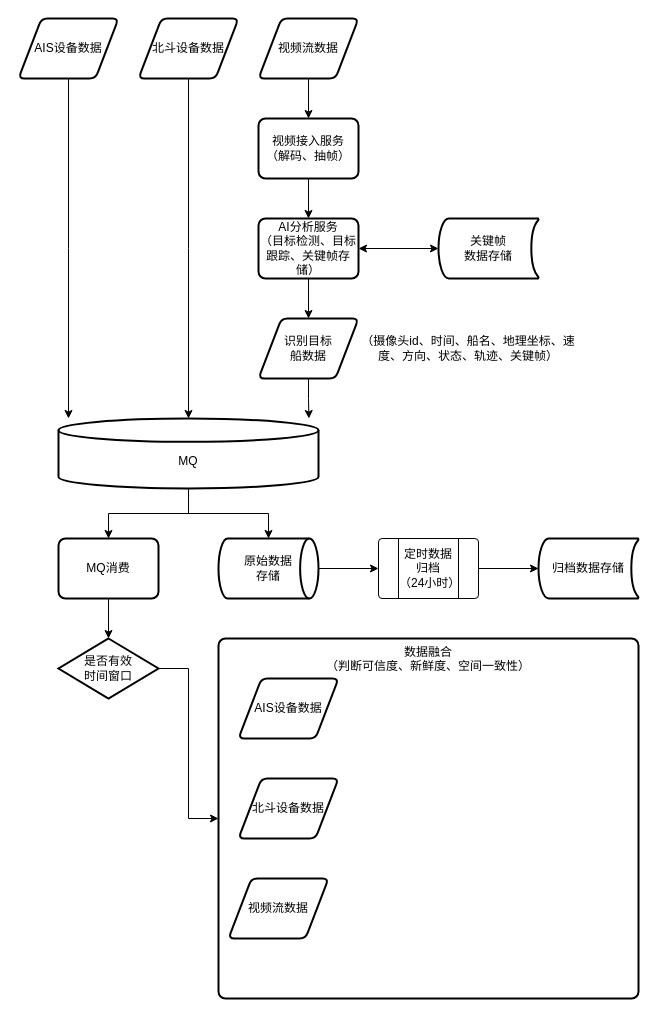
The draw.io diagram ctg/港作船.drawio in Qunz/drawio, before the edit. Source tidied: cells renumbered, new cells numbered last; positions are measured from the earlier drawing's top-left corner, leaving out a move shared by most shapes. Both pictures are drawn from the tidied source at 100%, with x=0, y=0 at pixel (18, 18).
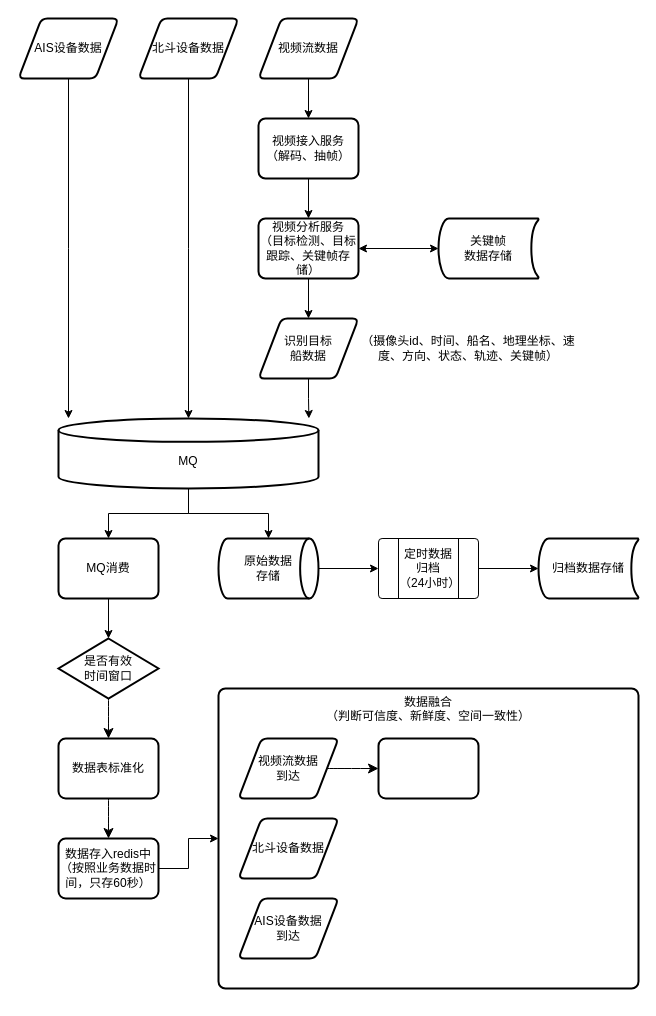
The same diagram, later.

Commit message:
更新港作船.drawio

Unchanged cells that the change refers to:
```xml
<mxCell id="30" value="是否有效&lt;br&gt;时间窗口" style="strokeWidth=2;html=1;shape=mxgraph.flowchart.decision;whiteSpace=wrap;" parent="1" vertex="1">
  <mxGeometry x="40" y="620" width="100" height="60" as="geometry" />
</mxCell>
```

Change to the diagram source:
```diff
@@
-    <mxCell id="15" value="AI分析服务&lt;br&gt;（目标检测、目标跟踪、关键帧存储）" style="rounded=1;whiteSpace=wrap;html=1;absoluteArcSize=1;arcSize=14;strokeWidth=2;" parent="1" vertex="1">
+    <mxCell id="15" value="视频分析服务&lt;br&gt;（目标检测、目标跟踪、关键帧存储）" style="rounded=1;whiteSpace=wrap;html=1;absoluteArcSize=1;arcSize=14;strokeWidth=2;" parent="1" vertex="1">
       <mxGeometry x="240" y="200" width="100" height="60" as="geometry" />
     </mxCell>
@@
-    <mxCell id="29" style="edgeStyle=orthogonalEdgeStyle;rounded=0;jettySize=auto;html=1;" parent="1" edge="1" source="30" target="31">
+    <mxCell id="29" style="edgeStyle=orthogonalEdgeStyle;rounded=0;jettySize=auto;html=1;exitX=1;exitY=0.5;exitDx=0;exitDy=0;" parent="1" edge="1" source="39" target="31">
       <mxGeometry relative="1" as="geometry" />
     </mxCell>
+    <mxCell id="35" style="edgeStyle=none;curved=1;rounded=0;jettySize=auto;html=1;fontSize=12;startSize=8;endSize=8;" parent="1" edge="1" source="30" target="38">
+      <mxGeometry relative="1" as="geometry" />
+    </mxCell>
@@
     <mxCell id="31" value="数据融合&lt;div&gt;（判断可信度、新鲜度、空间一致性）&lt;/div&gt;" style="rounded=1;whiteSpace=wrap;html=1;absoluteArcSize=1;arcSize=14;strokeWidth=2;verticalAlign=top;" parent="1" vertex="1">
-      <mxGeometry x="200" y="620" width="420" height="360" as="geometry" />
+      <mxGeometry x="200" y="670" width="420" height="300" as="geometry" />
     </mxCell>
-    <mxCell id="32" value="AIS设备数据" style="shape=parallelogram;html=1;strokeWidth=2;perimeter=parallelogramPerimeter;whiteSpace=wrap;rounded=1;arcSize=12;size=0.23;" parent="1" vertex="1">
-      <mxGeometry x="220" y="660" width="100" height="60" as="geometry" />
+    <mxCell id="32" value="AIS设备数据&lt;br&gt;到达" style="shape=parallelogram;html=1;strokeWidth=2;perimeter=parallelogramPerimeter;whiteSpace=wrap;rounded=1;arcSize=12;size=0.23;" parent="1" vertex="1">
+      <mxGeometry x="220" y="880" width="100" height="60" as="geometry" />
     </mxCell>
     <mxCell id="33" value="北斗设备数据" style="shape=parallelogram;html=1;strokeWidth=2;perimeter=parallelogramPerimeter;whiteSpace=wrap;rounded=1;arcSize=12;size=0.23;" parent="1" vertex="1">
-      <mxGeometry x="220" y="760" width="100" height="60" as="geometry" />
+      <mxGeometry x="220" y="800" width="100" height="60" as="geometry" />
     </mxCell>
+    <mxCell id="36" style="edgeStyle=none;curved=1;rounded=0;jettySize=auto;html=1;fontSize=12;startSize=8;endSize=8;" parent="1" edge="1" source="34" target="40">
+      <mxGeometry relative="1" as="geometry" />
+    </mxCell>
-    <mxCell id="34" value="视频流数据" style="shape=parallelogram;html=1;strokeWidth=2;perimeter=parallelogramPerimeter;whiteSpace=wrap;rounded=1;arcSize=12;size=0.23;" parent="1" vertex="1">
-      <mxGeometry x="210" y="860" width="100" height="60" as="geometry" />
+    <mxCell id="34" value="视频流数据&lt;br&gt;到达" style="shape=parallelogram;html=1;strokeWidth=2;perimeter=parallelogramPerimeter;whiteSpace=wrap;rounded=1;arcSize=12;size=0.23;" parent="1" vertex="1">
+      <mxGeometry x="220" y="720" width="100" height="60" as="geometry" />
     </mxCell>
+    <mxCell id="37" style="edgeStyle=none;curved=1;rounded=0;jettySize=auto;html=1;fontSize=12;startSize=8;endSize=8;" parent="1" edge="1" source="38" target="39">
+      <mxGeometry relative="1" as="geometry" />
+    </mxCell>
+    <mxCell id="38" value="数据表标准化" style="whiteSpace=wrap;html=1;strokeWidth=2;rounded=1;arcSize=12;" parent="1" vertex="1">
+      <mxGeometry x="40" y="720" width="100" height="60" as="geometry" />
+    </mxCell>
+    <mxCell id="39" value="数据存入redis中&lt;br&gt;（按照业务数据时间，只存60秒）" style="whiteSpace=wrap;html=1;strokeWidth=2;rounded=1;arcSize=12;" parent="1" vertex="1">
+      <mxGeometry x="40" y="820" width="100" height="60" as="geometry" />
+    </mxCell>
+    <mxCell id="40" style="whiteSpace=wrap;html=1;strokeWidth=2;rounded=1;arcSize=12;" parent="1" vertex="1">
+      <mxGeometry x="360" y="720" width="100" height="60" as="geometry" />
+    </mxCell>
```
